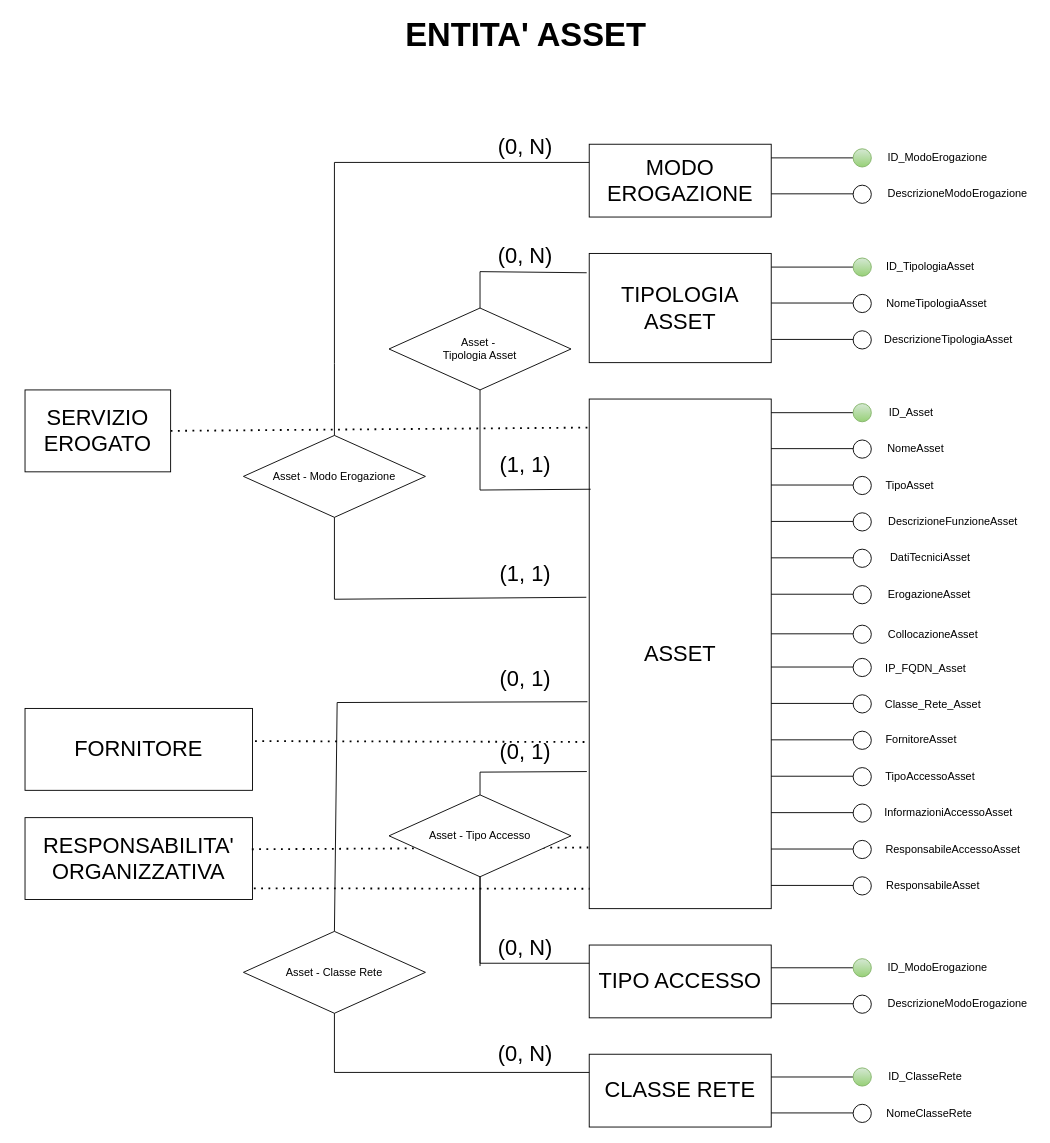
Before: Modello Concettuale/Drawio/Entità Asset.drawio in maurizion71/progetto, a draw.io diagram. Source tidied: cells renumbered, new cells numbered last; positions are measured from the earlier drawing's top-left corner, leaving out a move shared by most shapes. Both pictures are drawn from the tidied source at 91%, with x=0, y=0 at pixel (15, 16).
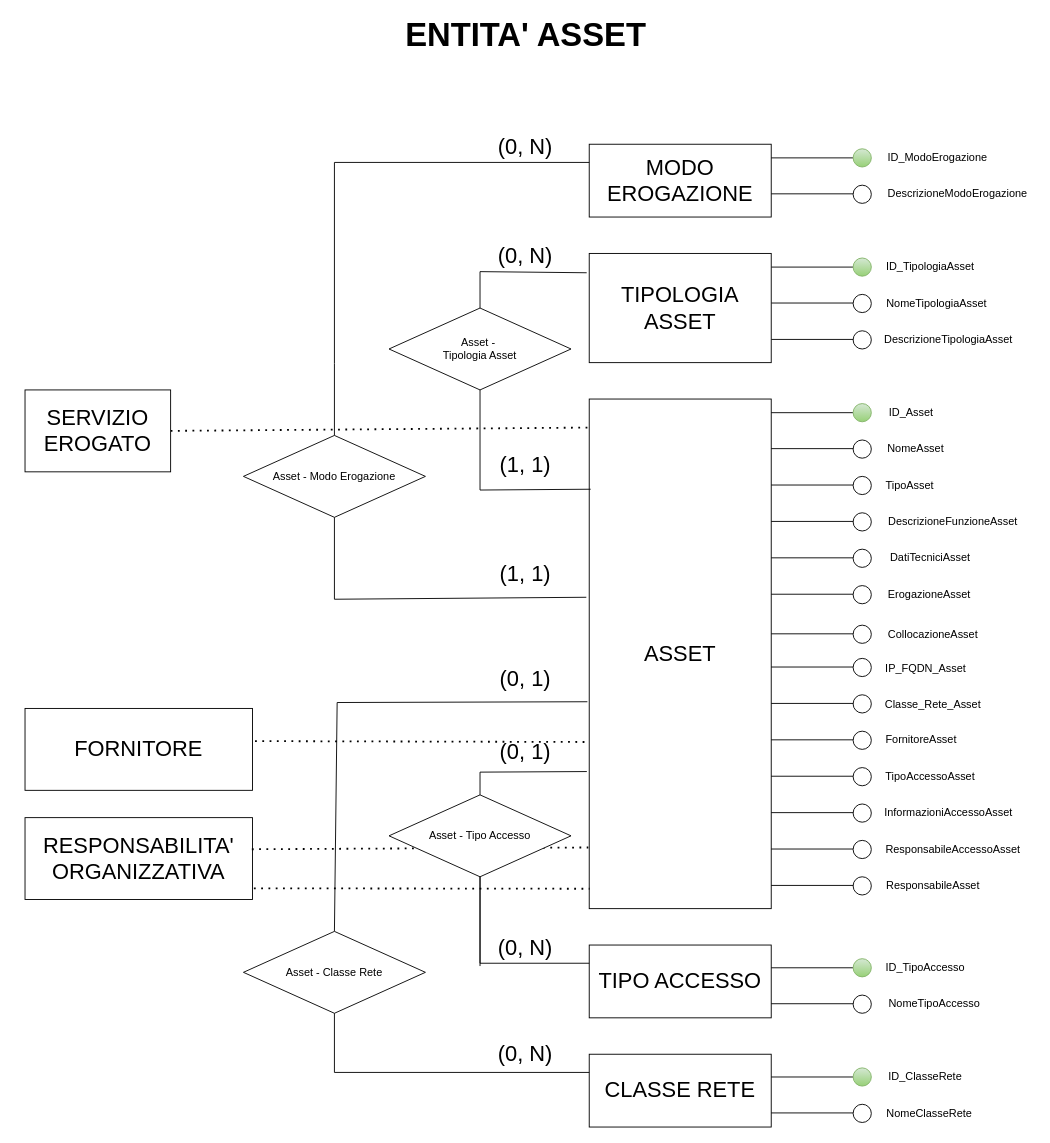
After the change.

Commit message (it also covers changes not shown here):
Correzione diagramma Asset

Change to the diagram source:
```diff
@@
-    <mxCell id="84" value="ID_ModoErogazione" style="text;html=1;whiteSpace=wrap;strokeColor=none;fillColor=none;align=center;verticalAlign=middle;rounded=0;" parent="1" vertex="1">
-      <mxGeometry x="947.5" y="1030" width="130" height="30" as="geometry" />
+    <mxCell id="84" value="ID_TipoAccesso" style="text;html=1;whiteSpace=wrap;strokeColor=none;fillColor=none;align=center;verticalAlign=middle;rounded=0;" parent="1" vertex="1">
+      <mxGeometry x="947.5" y="1030" width="102.5" height="30" as="geometry" />
     </mxCell>
@@
-    <mxCell id="87" value="DescrizioneModoErogazione" style="text;html=1;whiteSpace=wrap;strokeColor=none;fillColor=none;align=center;verticalAlign=middle;rounded=0;" parent="1" vertex="1">
-      <mxGeometry x="960" y="1070" width="150" height="30" as="geometry" />
+    <mxCell id="87" value="NomeTipoAccesso" style="text;html=1;whiteSpace=wrap;strokeColor=none;fillColor=none;align=center;verticalAlign=middle;rounded=0;" parent="1" vertex="1">
+      <mxGeometry x="957.5" y="1070" width="102.5" height="30" as="geometry" />
     </mxCell>
```
